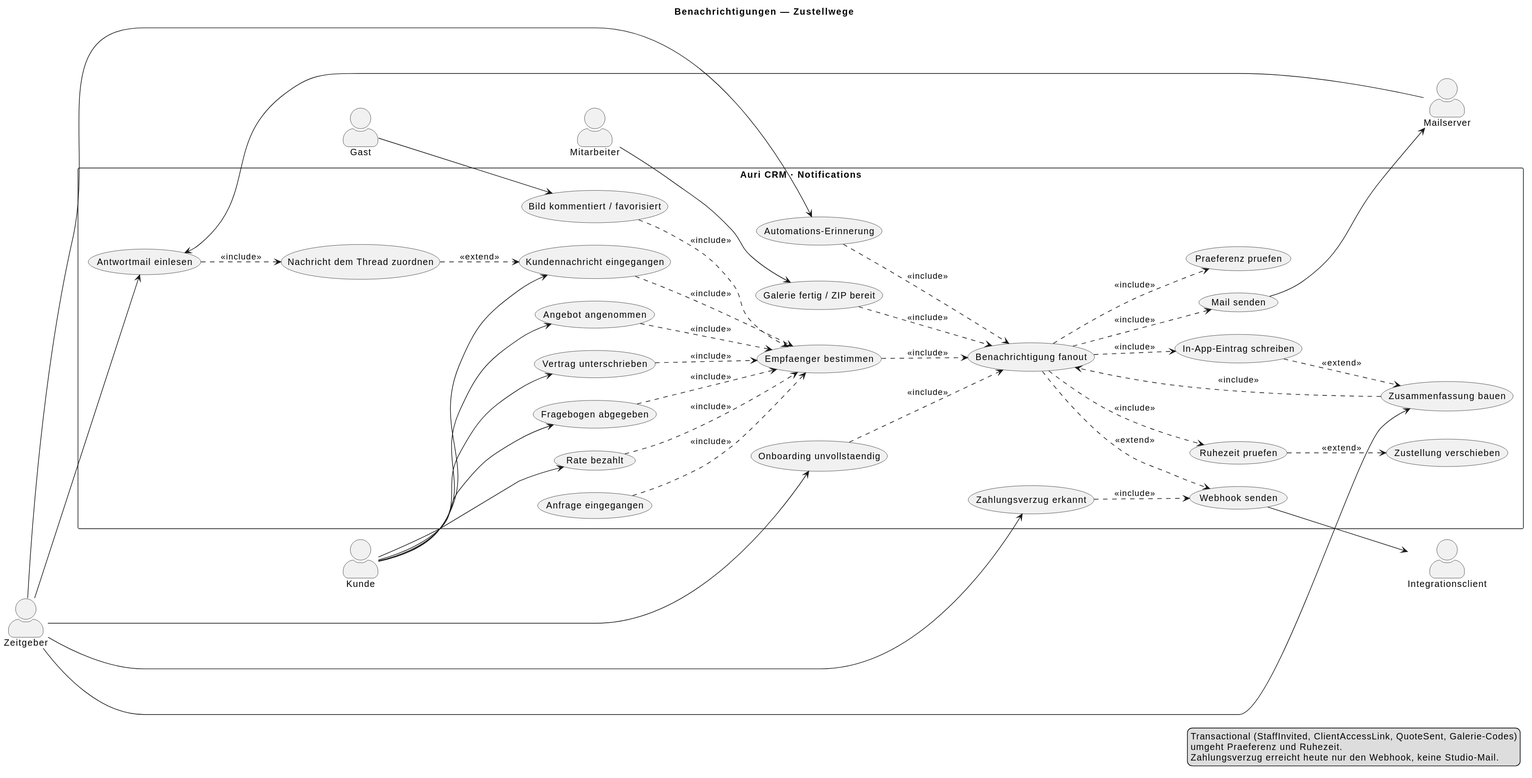
Before: docs/benachrichtigungen-anwendungsfaelle.svg, a diagram exported from PlantUML (czepter/auri-crm).
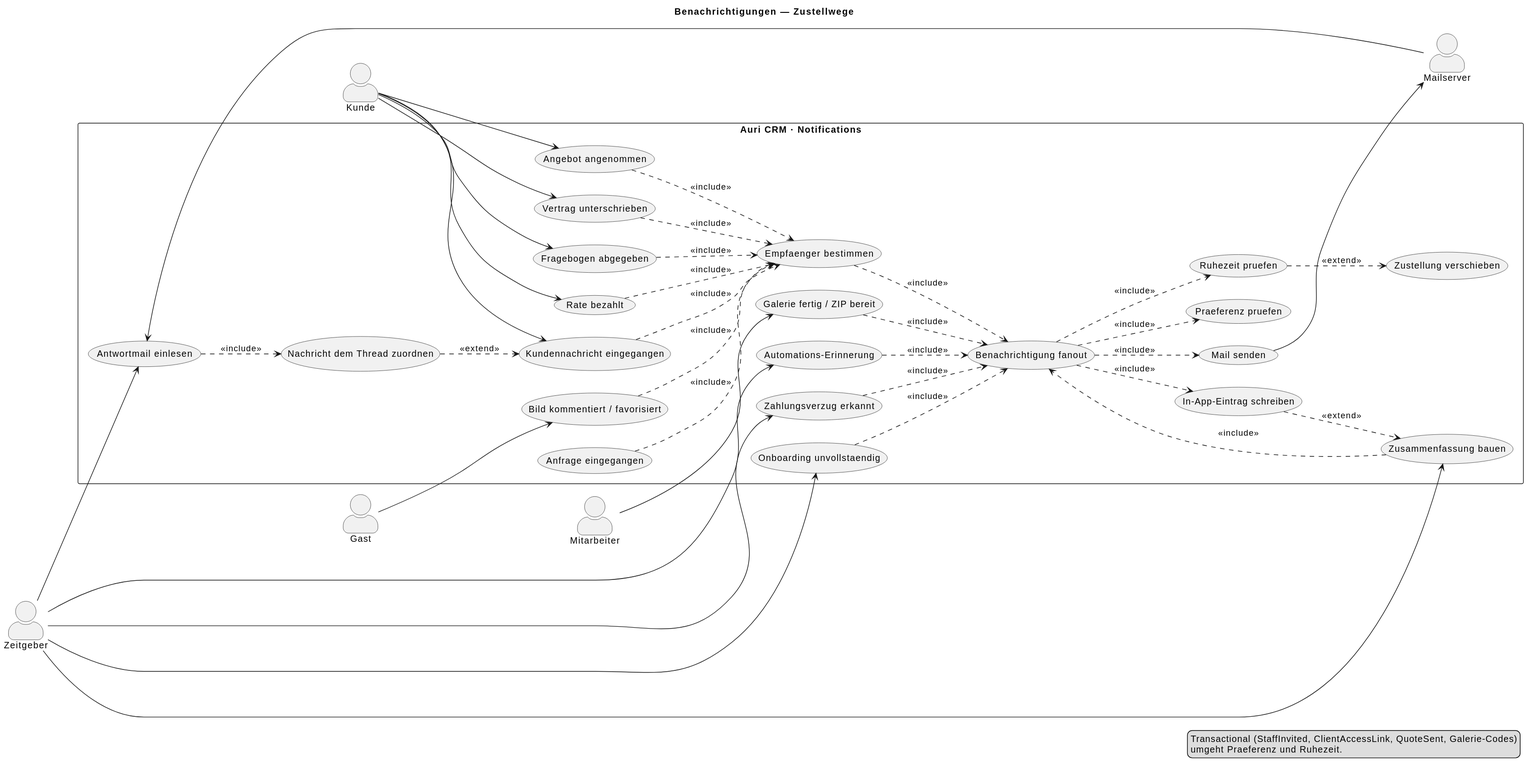
The same diagram one commit later.

Change to the diagram source:
```diff
@@ -32,14 +32,12 @@
 
   usecase "Mail senden" as N_Mail
   usecase "In-App-Eintrag schreiben" as N_InApp
-  usecase "Webhook senden" as N_Hook
 
   usecase "Antwortmail einlesen" as N_Inbound
   usecase "Nachricht dem Thread zuordnen" as N_Thread
 }
 
 actor "Mailserver" as Mail2
-actor "Integrationsclient" as Api2
 
 Client2 --> N_Message
 Client2 --> N_QuoteAccepted
@@ -73,20 +71,17 @@
 N_Quiet ..> N_Defer : <<extend>>
 N_Service ..> N_Mail : <<include>>
 N_Service ..> N_InApp : <<include>>
-N_Service ..> N_Hook : <<extend>>
 N_InApp ..> N_Digest : <<extend>>
 
-N_Overdue ..> N_Hook : <<include>>
+N_Overdue ..> N_Service : <<include>>
 N_Inbound ..> N_Thread : <<include>>
 N_Thread ..> N_Message : <<extend>>
 
 N_Mail --> Mail2
 Mail2 --> N_Inbound
-N_Hook --> Api2
 
 legend right
   Transactional (StaffInvited, ClientAccessLink, QuoteSent, Galerie-Codes)
   umgeht Praeferenz und Ruhezeit.
-  Zahlungsverzug erreicht heute nur den Webhook, keine Studio-Mail.
 endlegend
 @enduml
```
